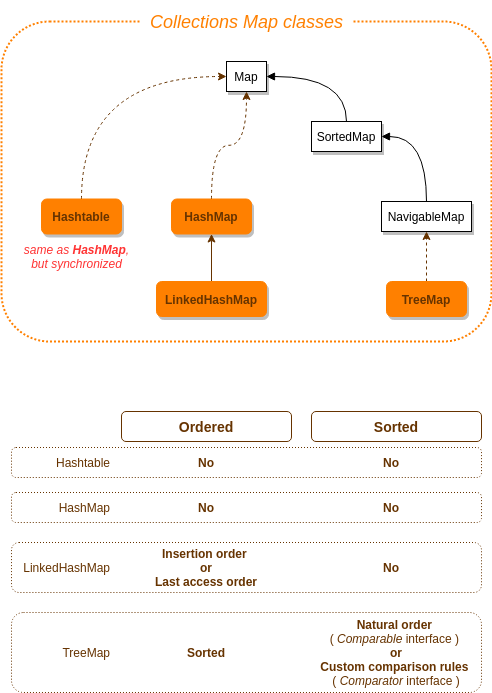
Above: generics_and_collections/readme_resources/collections-map-classes.png in giuseppeiacono/OCP-Java-SE-8 (draw.io), before the change. Source tidied: cells renumbered, new cells last; positions are measured from the earlier drawing's top-left corner, leaving out a move shared by most shapes.
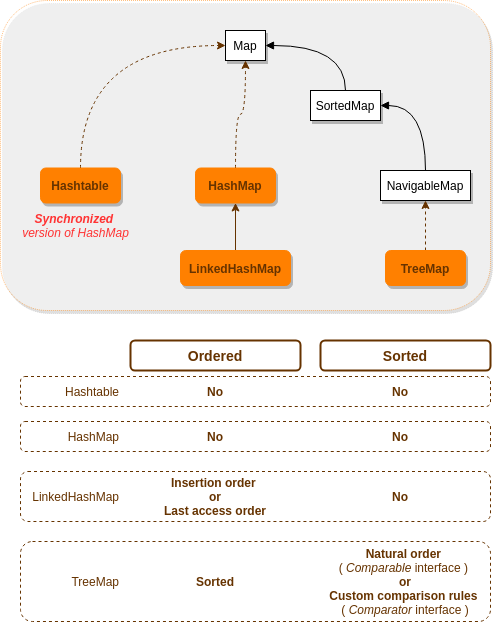
After the change.

Change to the diagram source:
```diff
@@ -2,53 +2,50 @@
   <root>
     <mxCell id="0" />
     <mxCell id="1" parent="0" />
-    <mxCell id="2" style="rounded=1;whiteSpace=wrap;html=1;strokeColor=#663300;fillColor=none;fontColor=#663300;align=left;dashed=1;dashPattern=1 2;" parent="1" vertex="1">
+    <mxCell id="2" style="rounded=1;whiteSpace=wrap;html=1;strokeColor=#663300;fillColor=none;fontColor=#663300;align=left;dashed=1;" parent="1" vertex="1">
       <mxGeometry x="10" y="446" width="470" height="30" as="geometry" />
     </mxCell>
-    <mxCell id="3" style="rounded=1;whiteSpace=wrap;html=1;shadow=0;fontSize=22;dashed=1;dashPattern=1 1;strokeColor=#FF8000;strokeWidth=2;" parent="1" vertex="1">
-      <mxGeometry y="20" width="490" height="320" as="geometry" />
+    <mxCell id="3" style="rounded=1;whiteSpace=wrap;html=1;shadow=1;fontSize=22;dashed=1;dashPattern=1 1;strokeColor=#FF8000;strokeWidth=1;opacity=50;" parent="1" vertex="1">
+      <mxGeometry x="-10" y="70" width="490" height="310" as="geometry" />
     </mxCell>
-    <mxCell id="4" value="&lt;div&gt;&lt;span style=&quot;font-style: italic; font-weight: 400; letter-spacing: normal; text-indent: 0px; text-transform: none; word-spacing: 0px; float: none; display: inline;&quot;&gt;&lt;font style=&quot;font-size: 18px&quot;&gt;&amp;nbsp;Collections Map classes&amp;nbsp;&lt;/font&gt;&lt;/span&gt;&lt;/div&gt;" style="rounded=1;whiteSpace=wrap;html=1;shadow=0;dashed=1;dashPattern=1 1;labelBackgroundColor=none;strokeColor=none;strokeWidth=2;fillColor=#ffffff;fontFamily=Helvetica;fontSize=19;fontColor=#FF8000;verticalAlign=middle;align=center;" parent="1" vertex="1">
-      <mxGeometry x="138.8" width="212.5" height="40" as="geometry" />
-    </mxCell>
     <mxCell id="5" value="Map" style="rounded=0;whiteSpace=wrap;html=1;shadow=1;" parent="1" vertex="1">
-      <mxGeometry x="225" y="60" width="40" height="30" as="geometry" />
+      <mxGeometry x="215" y="100" width="40" height="30" as="geometry" />
     </mxCell>
     <mxCell id="6" style="edgeStyle=orthogonalEdgeStyle;curved=1;jettySize=auto;html=1;entryX=1;entryY=0.5;entryDx=0;entryDy=0;endArrow=block;endFill=1;fontSize=26;" parent="1" edge="1" source="7" target="9">
       <mxGeometry relative="1" as="geometry" />
     </mxCell>
     <mxCell id="7" value="NavigableMap" style="rounded=0;whiteSpace=wrap;html=1;shadow=1;" parent="1" vertex="1">
-      <mxGeometry x="380" y="200" width="90" height="30" as="geometry" />
+      <mxGeometry x="370" y="240" width="90" height="30" as="geometry" />
     </mxCell>
     <mxCell id="8" style="edgeStyle=orthogonalEdgeStyle;curved=1;jettySize=auto;html=1;entryX=1;entryY=0.5;entryDx=0;entryDy=0;endArrow=block;endFill=1;fontSize=26;exitX=0.5;exitY=0;exitDx=0;exitDy=0;" parent="1" edge="1" source="9" target="5">
       <mxGeometry relative="1" as="geometry" />
     </mxCell>
     <mxCell id="9" value="SortedMap" style="rounded=0;whiteSpace=wrap;html=1;shadow=1;" parent="1" vertex="1">
-      <mxGeometry x="310" y="120" width="70" height="30" as="geometry" />
+      <mxGeometry x="300" y="160" width="70" height="30" as="geometry" />
     </mxCell>
     <mxCell id="10" style="edgeStyle=orthogonalEdgeStyle;curved=1;jettySize=auto;html=1;entryX=0;entryY=0.5;entryDx=0;entryDy=0;dashed=1;strokeColor=#663300;fontColor=#663300;exitX=0.5;exitY=0;exitDx=0;exitDy=0;" parent="1" edge="1" source="11" target="5">
       <mxGeometry relative="1" as="geometry" />
     </mxCell>
     <mxCell id="11" value="Hashtable" style="rounded=1;whiteSpace=wrap;html=1;strokeColor=#FF8000;fillColor=#FF8000;fontColor=#663300;fontStyle=1;shadow=1;" parent="1" vertex="1">
-      <mxGeometry x="40" y="197.5" width="80" height="35" as="geometry" />
+      <mxGeometry x="30" y="237.5" width="80" height="35" as="geometry" />
     </mxCell>
     <mxCell id="12" style="edgeStyle=orthogonalEdgeStyle;jettySize=auto;html=1;entryX=0.5;entryY=1;entryDx=0;entryDy=0;dashed=1;strokeColor=#663300;fontColor=#663300;curved=1;" parent="1" edge="1" source="13" target="5">
       <mxGeometry relative="1" as="geometry" />
     </mxCell>
     <mxCell id="13" value="HashMap" style="rounded=1;whiteSpace=wrap;html=1;strokeColor=#FF8000;fillColor=#FF8000;fontColor=#663300;fontStyle=1;shadow=1;" parent="1" vertex="1">
-      <mxGeometry x="170" y="197.5" width="80" height="35" as="geometry" />
+      <mxGeometry x="185" y="237.5" width="80" height="35" as="geometry" />
     </mxCell>
     <mxCell id="14" style="edgeStyle=orthogonalEdgeStyle;rounded=0;jettySize=auto;html=1;entryX=0.5;entryY=1;entryDx=0;entryDy=0;fontColor=#663300;strokeColor=#663300;" parent="1" edge="1" source="15" target="13">
       <mxGeometry relative="1" as="geometry" />
     </mxCell>
     <mxCell id="15" value="LinkedHashMap" style="rounded=1;whiteSpace=wrap;html=1;strokeColor=#FF8000;fillColor=#FF8000;fontColor=#663300;fontStyle=1;shadow=1;" parent="1" vertex="1">
-      <mxGeometry x="155" y="280" width="110" height="35" as="geometry" />
+      <mxGeometry x="170" y="320" width="110" height="35" as="geometry" />
     </mxCell>
     <mxCell id="16" style="edgeStyle=orthogonalEdgeStyle;rounded=0;jettySize=auto;html=1;entryX=0.5;entryY=1;entryDx=0;entryDy=0;fontColor=#663300;dashed=1;strokeColor=#663300;" parent="1" edge="1" source="17" target="7">
       <mxGeometry relative="1" as="geometry" />
     </mxCell>
     <mxCell id="17" value="TreeMap" style="rounded=1;whiteSpace=wrap;html=1;strokeColor=#FF8000;fillColor=#FF8000;fontColor=#663300;fontStyle=1;shadow=1;" parent="1" vertex="1">
-      <mxGeometry x="385" y="280" width="80" height="35" as="geometry" />
+      <mxGeometry x="375" y="320" width="80" height="35" as="geometry" />
     </mxCell>
     <mxCell id="18" value="Hashtable" style="text;html=1;align=right;verticalAlign=middle;fontColor=#663300;" parent="1" vertex="1">
       <mxGeometry x="40" y="451" width="70" height="20" as="geometry" />
@@ -59,7 +56,7 @@
     <mxCell id="20" value="&lt;span&gt;No&lt;br&gt;&lt;/span&gt;" style="rounded=0;whiteSpace=wrap;html=1;dashed=1;dashPattern=1 2;strokeColor=none;fillColor=none;fontColor=#663300;align=center;fontStyle=1;" parent="1" vertex="1">
       <mxGeometry x="310" y="446" width="160" height="30" as="geometry" />
     </mxCell>
-    <mxCell id="21" style="rounded=1;whiteSpace=wrap;html=1;strokeColor=#663300;fillColor=none;fontColor=#663300;align=left;dashed=1;dashPattern=1 2;" parent="1" vertex="1">
+    <mxCell id="21" style="rounded=1;whiteSpace=wrap;html=1;strokeColor=#663300;fillColor=none;fontColor=#663300;align=left;dashed=1;" parent="1" vertex="1">
       <mxGeometry x="10" y="491" width="470" height="30" as="geometry" />
     </mxCell>
     <mxCell id="22" value="HashMap" style="text;html=1;align=right;verticalAlign=middle;fontColor=#663300;" parent="1" vertex="1">
@@ -68,7 +65,7 @@
     <mxCell id="23" value="&lt;b&gt;No&lt;/b&gt;" style="rounded=0;whiteSpace=wrap;html=1;dashed=1;dashPattern=1 2;strokeColor=none;fillColor=none;fontColor=#663300;align=center;" parent="1" vertex="1">
       <mxGeometry x="120" y="491" width="170" height="30" as="geometry" />
     </mxCell>
-    <mxCell id="24" style="rounded=1;whiteSpace=wrap;html=1;strokeColor=#663300;fillColor=none;fontColor=#663300;align=left;dashed=1;dashPattern=1 2;" parent="1" vertex="1">
+    <mxCell id="24" style="rounded=1;whiteSpace=wrap;html=1;strokeColor=#663300;fillColor=none;fontColor=#663300;align=left;dashed=1;" parent="1" vertex="1">
       <mxGeometry x="10" y="611" width="470" height="80" as="geometry" />
     </mxCell>
     <mxCell id="25" value="TreeMap" style="text;html=1;align=right;verticalAlign=middle;fontColor=#663300;" parent="1" vertex="1">
@@ -77,7 +74,7 @@
     <mxCell id="26" value="&lt;span&gt;Sorted&lt;/span&gt;" style="rounded=0;whiteSpace=wrap;html=1;dashed=1;dashPattern=1 2;strokeColor=none;fillColor=none;fontColor=#663300;align=center;fontStyle=1;" parent="1" vertex="1">
       <mxGeometry x="120" y="611" width="170" height="80" as="geometry" />
     </mxCell>
-    <mxCell id="27" style="rounded=1;whiteSpace=wrap;html=1;strokeColor=#663300;fillColor=none;fontColor=#663300;align=left;dashed=1;dashPattern=1 2;" parent="1" vertex="1">
+    <mxCell id="27" style="rounded=1;whiteSpace=wrap;html=1;strokeColor=#663300;fillColor=none;fontColor=#663300;align=left;dashed=1;" parent="1" vertex="1">
       <mxGeometry x="10" y="541" width="470" height="50" as="geometry" />
     </mxCell>
     <mxCell id="28" value="LinkedHashMap" style="text;html=1;align=right;verticalAlign=middle;fontColor=#663300;" parent="1" vertex="1">
@@ -95,14 +92,14 @@
     <mxCell id="32" value="&lt;span&gt;&lt;b&gt;No&lt;/b&gt;&lt;br&gt;&lt;/span&gt;" style="rounded=0;whiteSpace=wrap;html=1;dashed=1;dashPattern=1 2;strokeColor=none;fillColor=none;fontColor=#663300;align=center;fontStyle=0;" parent="1" vertex="1">
       <mxGeometry x="310" y="541" width="160" height="50" as="geometry" />
     </mxCell>
-    <mxCell id="33" value="&lt;b&gt;Ordered&lt;/b&gt;" style="rounded=1;whiteSpace=wrap;html=1;shadow=0;glass=0;comic=0;strokeColor=#663300;fillColor=none;fontSize=14;fontColor=#663300;align=center;" parent="1" vertex="1">
+    <mxCell id="33" value="&lt;b&gt;Ordered&lt;/b&gt;" style="rounded=1;whiteSpace=wrap;html=1;shadow=0;glass=0;comic=0;strokeColor=#663300;fillColor=none;fontSize=14;fontColor=#663300;align=center;strokeWidth=2;" parent="1" vertex="1">
       <mxGeometry x="120" y="410" width="170" height="30" as="geometry" />
     </mxCell>
-    <mxCell id="34" value="&lt;b&gt;Sorted&lt;/b&gt;" style="rounded=1;whiteSpace=wrap;html=1;shadow=0;glass=0;comic=0;strokeColor=#663300;fillColor=none;fontSize=14;fontColor=#663300;align=center;" parent="1" vertex="1">
+    <mxCell id="34" value="&lt;b&gt;Sorted&lt;/b&gt;" style="rounded=1;whiteSpace=wrap;html=1;shadow=0;glass=0;comic=0;strokeColor=#663300;fillColor=none;fontSize=14;fontColor=#663300;align=center;strokeWidth=2;" parent="1" vertex="1">
       <mxGeometry x="310" y="410" width="170" height="30" as="geometry" />
     </mxCell>
-    <mxCell id="35" value="same as &lt;b&gt;HashMap&lt;/b&gt;,&lt;br&gt;but synchronized" style="text;html=1;align=center;verticalAlign=middle;fontColor=#FF3333;fontStyle=2;" parent="1" vertex="1">
-      <mxGeometry x="15" y="240" width="120" height="30" as="geometry" />
+    <mxCell id="35" value="&lt;b&gt;Synchronized&lt;/b&gt; &lt;br&gt;version of&amp;nbsp;HashMap" style="text;html=1;align=center;verticalAlign=middle;fontColor=#FF3333;fontStyle=2;" parent="1" vertex="1">
+      <mxGeometry x="5" y="280" width="120" height="30" as="geometry" />
     </mxCell>
   </root>
 </mxGraphModel>
```
